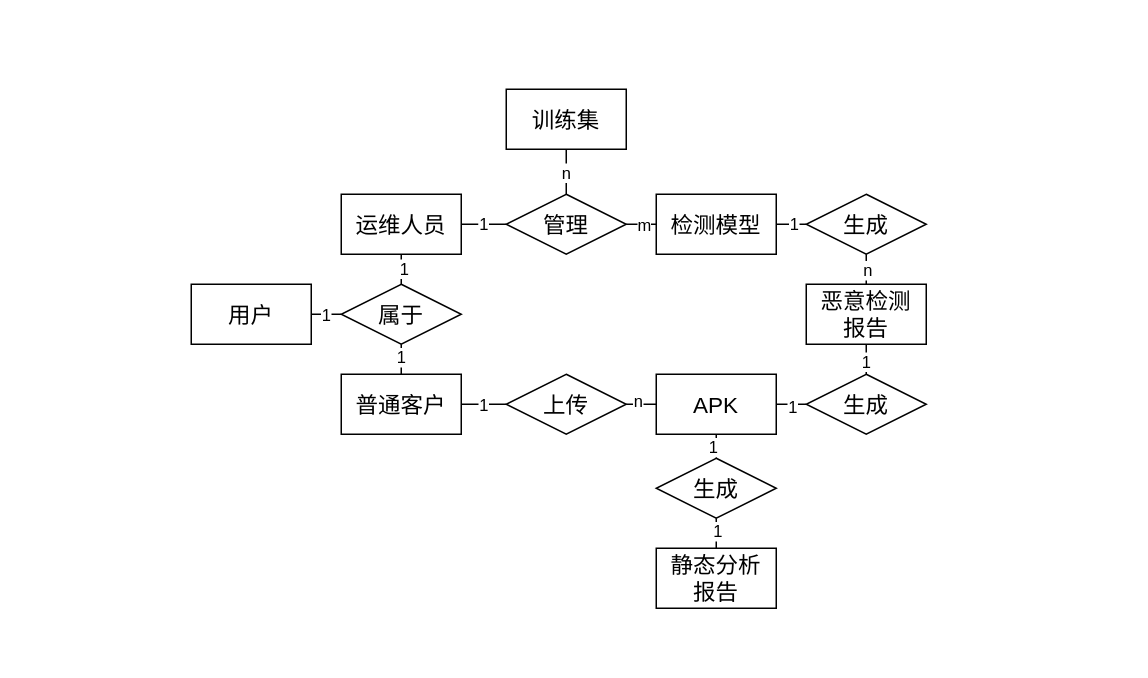
Above: 文件存储架构.drawio in sunray42/diagrams (draw.io), before the change. Source tidied: cells renumbered, new cells numbered last; positions are measured from the earlier drawing's top-left corner, leaving out a move shared by most shapes. Both pictures are drawn from the tidied source at 150%, with x=0, y=0 at pixel (190, 88).
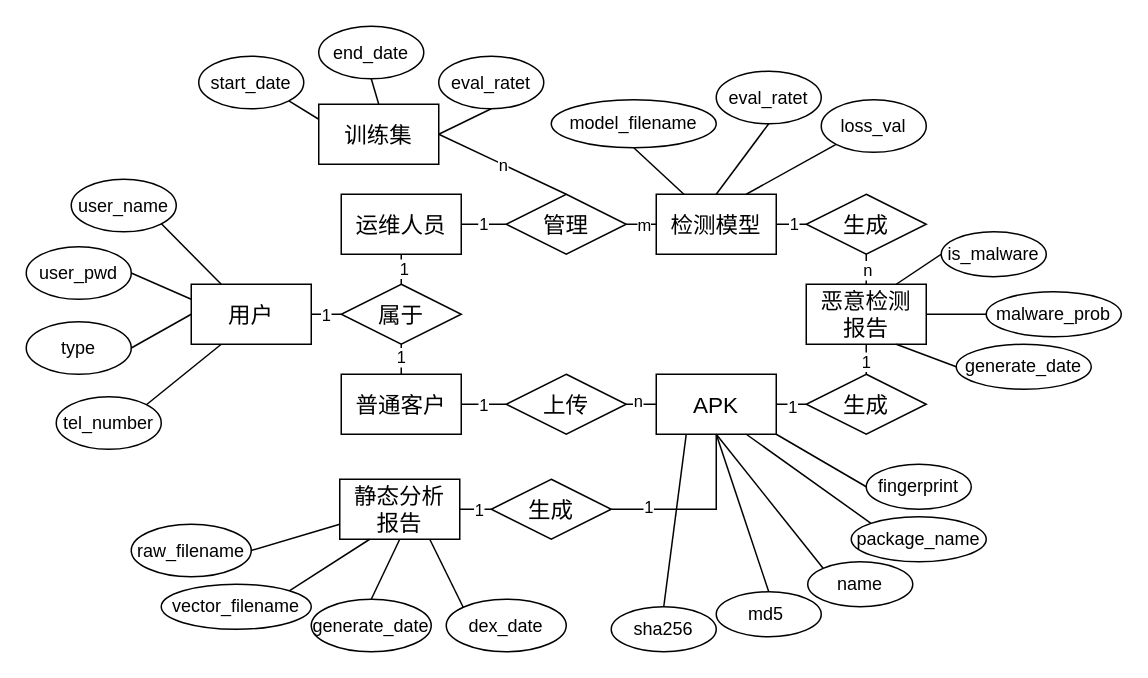
Above is the later version.

Commit message:
更新文件存储架构.drawio

The change refers to these unchanged cells:
```xml
<mxCell id="9" value="&lt;font style=&quot;font-size: 15px;&quot;&gt;APK&lt;/font&gt;" style="rounded=0;whiteSpace=wrap;html=1;" parent="1" vertex="1">
  <mxGeometry x="310" y="190" width="80" height="40" as="geometry" />
</mxCell>
<mxCell id="26" value="&lt;span style=&quot;font-size: 15px;&quot;&gt;检测模型&lt;/span&gt;" style="rounded=0;whiteSpace=wrap;html=1;" parent="1" vertex="1">
  <mxGeometry x="310" y="70" width="80" height="40" as="geometry" />
</mxCell>
<mxCell id="34" value="&lt;font style=&quot;font-size: 15px;&quot;&gt;管理&lt;/font&gt;" style="rhombus;whiteSpace=wrap;html=1;" parent="1" vertex="1">
  <mxGeometry x="210" y="70" width="80" height="40" as="geometry" />
</mxCell>
<mxCell id="37" value="&lt;font style=&quot;font-size: 15px;&quot;&gt;恶意检测&lt;/font&gt;&lt;div&gt;&lt;font style=&quot;font-size: 15px;&quot;&gt;报告&lt;/font&gt;&lt;/div&gt;" style="rounded=0;whiteSpace=wrap;html=1;" parent="1" vertex="1">
  <mxGeometry x="410" y="130" width="80" height="40" as="geometry" />
</mxCell>
<mxCell id="40" value="&lt;span style=&quot;font-size: 15px;&quot;&gt;用户&lt;/span&gt;" style="rounded=0;whiteSpace=wrap;html=1;" parent="1" vertex="1">
  <mxGeometry y="130" width="80" height="40" as="geometry" />
</mxCell>
```

What changed in the source:
```diff
@@
-    <mxCell id="5" style="edgeStyle=orthogonalEdgeStyle;rounded=0;jettySize=auto;html=1;exitX=0.5;exitY=1;exitDx=0;exitDy=0;entryX=0.5;entryY=0;entryDx=0;entryDy=0;endArrow=none;endFill=0;" parent="1" edge="1" source="9" target="16">
+    <mxCell id="5" style="edgeStyle=orthogonalEdgeStyle;rounded=0;jettySize=auto;html=1;exitX=0.5;exitY=1;exitDx=0;exitDy=0;entryX=1;entryY=0.5;entryDx=0;entryDy=0;endArrow=none;endFill=0;" parent="1" edge="1" source="9" target="16">
       <mxGeometry relative="1" as="geometry" />
     </mxCell>
     <mxCell id="6" value="1" style="edgeLabel;html=1;align=center;verticalAlign=middle;" parent="5" vertex="1">
-      <mxGeometry x="-0.04" y="-3" relative="1" as="geometry" />
+      <mxGeometry x="0.6" y="-2" relative="1" as="geometry" />
     </mxCell>
@@
     <mxCell id="13" value="&lt;font style=&quot;font-size: 15px;&quot;&gt;静态分析&lt;/font&gt;&lt;div&gt;&lt;font style=&quot;font-size: 15px;&quot;&gt;报告&lt;/font&gt;&lt;/div&gt;" style="rounded=0;whiteSpace=wrap;html=1;" parent="1" vertex="1">
-      <mxGeometry x="310" y="306" width="80" height="40" as="geometry" />
+      <mxGeometry x="99" y="260" width="80" height="40" as="geometry" />
     </mxCell>
-    <mxCell id="14" style="edgeStyle=orthogonalEdgeStyle;rounded=0;jettySize=auto;html=1;exitX=0.5;exitY=1;exitDx=0;exitDy=0;entryX=0.5;entryY=0;entryDx=0;entryDy=0;endArrow=none;endFill=0;" parent="1" edge="1" source="16" target="13">
+    <mxCell id="14" style="edgeStyle=orthogonalEdgeStyle;rounded=0;jettySize=auto;html=1;exitX=0;exitY=0.5;exitDx=0;exitDy=0;entryX=1;entryY=0.5;entryDx=0;entryDy=0;endArrow=none;endFill=0;" parent="1" edge="1" source="16" target="13">
       <mxGeometry relative="1" as="geometry" />
     </mxCell>
@@
     <mxCell id="16" value="&lt;font style=&quot;font-size: 15px;&quot;&gt;生成&lt;/font&gt;" style="rhombus;whiteSpace=wrap;html=1;" parent="1" vertex="1">
-      <mxGeometry x="310" y="246" width="80" height="40" as="geometry" />
+      <mxGeometry x="200" y="260" width="80" height="40" as="geometry" />
     </mxCell>
@@
     <mxCell id="23" value="&lt;span style=&quot;font-size: 15px;&quot;&gt;训练集&lt;/span&gt;" style="rounded=0;whiteSpace=wrap;html=1;" parent="1" vertex="1">
-      <mxGeometry x="210" width="80" height="40" as="geometry" />
+      <mxGeometry x="85" y="10" width="80" height="40" as="geometry" />
     </mxCell>
@@
-    <mxCell id="32" style="rounded=0;jettySize=auto;html=1;exitX=0.5;exitY=0;exitDx=0;exitDy=0;entryX=0.5;entryY=1;entryDx=0;entryDy=0;endArrow=none;endFill=0;" parent="1" edge="1" source="34" target="23">
+    <mxCell id="32" style="rounded=0;jettySize=auto;html=1;exitX=0.5;exitY=0;exitDx=0;exitDy=0;entryX=1;entryY=0.5;entryDx=0;entryDy=0;endArrow=none;endFill=0;" parent="1" edge="1" source="34" target="23">
       <mxGeometry relative="1" as="geometry" />
     </mxCell>
@@
+    <mxCell id="45" style="edgeStyle=none;rounded=0;jettySize=auto;html=1;exitX=0;exitY=0.25;exitDx=0;exitDy=0;entryX=1;entryY=0.5;entryDx=0;entryDy=0;endArrow=none;endFill=0;" parent="1" edge="1" source="40" target="48">
+      <mxGeometry relative="1" as="geometry" />
+    </mxCell>
@@
+    <mxCell id="46" style="edgeStyle=none;rounded=0;jettySize=auto;html=1;exitX=1;exitY=1;exitDx=0;exitDy=0;entryX=0.25;entryY=0;entryDx=0;entryDy=0;endArrow=none;endFill=0;" parent="1" edge="1" source="47" target="40">
+      <mxGeometry relative="1" as="geometry" />
+    </mxCell>
+    <mxCell id="47" value="user_name" style="ellipse;whiteSpace=wrap;html=1;" parent="1" vertex="1">
+      <mxGeometry x="-80" y="60" width="70" height="35" as="geometry" />
+    </mxCell>
+    <mxCell id="48" value="user_pwd" style="ellipse;whiteSpace=wrap;html=1;" parent="1" vertex="1">
+      <mxGeometry x="-110" y="105" width="70" height="35" as="geometry" />
+    </mxCell>
+    <mxCell id="49" style="edgeStyle=none;rounded=0;jettySize=auto;html=1;exitX=1;exitY=0.5;exitDx=0;exitDy=0;entryX=0;entryY=0.5;entryDx=0;entryDy=0;endArrow=none;endFill=0;" parent="1" edge="1" source="50" target="40">
+      <mxGeometry relative="1" as="geometry" />
+    </mxCell>
+    <mxCell id="50" value="type" style="ellipse;whiteSpace=wrap;html=1;" parent="1" vertex="1">
+      <mxGeometry x="-110" y="155" width="70" height="35" as="geometry" />
+    </mxCell>
+    <mxCell id="51" style="edgeStyle=none;rounded=0;jettySize=auto;html=1;exitX=1;exitY=0;exitDx=0;exitDy=0;entryX=0.25;entryY=1;entryDx=0;entryDy=0;endArrow=none;endFill=0;" parent="1" edge="1" source="52" target="40">
+      <mxGeometry relative="1" as="geometry" />
+    </mxCell>
+    <mxCell id="52" value="tel_number" style="ellipse;whiteSpace=wrap;html=1;" parent="1" vertex="1">
+      <mxGeometry x="-90" y="205" width="70" height="35" as="geometry" />
+    </mxCell>
+    <mxCell id="53" style="edgeStyle=none;rounded=0;jettySize=auto;html=1;exitX=1;exitY=0.5;exitDx=0;exitDy=0;entryX=0;entryY=0.75;entryDx=0;entryDy=0;endArrow=none;endFill=0;" parent="1" edge="1" source="54" target="13">
+      <mxGeometry relative="1" as="geometry" />
+    </mxCell>
+    <mxCell id="54" value="raw_filename" style="ellipse;whiteSpace=wrap;html=1;" parent="1" vertex="1">
+      <mxGeometry x="-40" y="290" width="80" height="35" as="geometry" />
+    </mxCell>
+    <mxCell id="55" style="edgeStyle=none;rounded=0;jettySize=auto;html=1;exitX=1;exitY=0;exitDx=0;exitDy=0;entryX=0.25;entryY=1;entryDx=0;entryDy=0;endArrow=none;endFill=0;" parent="1" edge="1" source="56" target="13">
+      <mxGeometry relative="1" as="geometry" />
+    </mxCell>
+    <mxCell id="56" value="vector_filename" style="ellipse;whiteSpace=wrap;html=1;" parent="1" vertex="1">
+      <mxGeometry x="-20" y="330" width="100" height="30" as="geometry" />
+    </mxCell>
+    <mxCell id="57" style="edgeStyle=none;rounded=0;jettySize=auto;html=1;exitX=0.5;exitY=0;exitDx=0;exitDy=0;entryX=0.5;entryY=1;entryDx=0;entryDy=0;endArrow=none;endFill=0;" parent="1" edge="1" source="58" target="13">
+      <mxGeometry relative="1" as="geometry" />
+    </mxCell>
+    <mxCell id="58" value="generate_date" style="ellipse;whiteSpace=wrap;html=1;" parent="1" vertex="1">
+      <mxGeometry x="80" y="340" width="80" height="35" as="geometry" />
+    </mxCell>
+    <mxCell id="59" style="edgeStyle=none;rounded=0;jettySize=auto;html=1;exitX=0;exitY=0;exitDx=0;exitDy=0;entryX=0.75;entryY=1;entryDx=0;entryDy=0;endArrow=none;endFill=0;" parent="1" edge="1" source="60" target="13">
+      <mxGeometry relative="1" as="geometry" />
+    </mxCell>
+    <mxCell id="60" value="dex_date" style="ellipse;whiteSpace=wrap;html=1;" parent="1" vertex="1">
+      <mxGeometry x="170" y="340" width="80" height="35" as="geometry" />
+    </mxCell>
+    <mxCell id="61" style="edgeStyle=none;rounded=0;jettySize=auto;html=1;exitX=0.5;exitY=0;exitDx=0;exitDy=0;entryX=0.25;entryY=1;entryDx=0;entryDy=0;endArrow=none;endFill=0;" parent="1" edge="1" source="62" target="9">
+      <mxGeometry relative="1" as="geometry" />
+    </mxCell>
+    <mxCell id="62" value="sha256" style="ellipse;whiteSpace=wrap;html=1;" parent="1" vertex="1">
+      <mxGeometry x="280" y="345" width="70" height="30" as="geometry" />
+    </mxCell>
+    <mxCell id="63" style="edgeStyle=none;rounded=0;jettySize=auto;html=1;exitX=0.5;exitY=0;exitDx=0;exitDy=0;entryX=0.5;entryY=1;entryDx=0;entryDy=0;endArrow=none;endFill=0;" parent="1" edge="1" source="64" target="9">
+      <mxGeometry relative="1" as="geometry" />
+    </mxCell>
+    <mxCell id="64" value="md5&lt;span style=&quot;white-space: pre;&quot;&gt;&#9;&lt;/span&gt;" style="ellipse;whiteSpace=wrap;html=1;" parent="1" vertex="1">
+      <mxGeometry x="350" y="335" width="70" height="30" as="geometry" />
+    </mxCell>
+    <mxCell id="65" style="edgeStyle=none;rounded=0;jettySize=auto;html=1;exitX=0;exitY=0;exitDx=0;exitDy=0;endArrow=none;endFill=0;" parent="1" edge="1" source="66">
+      <mxGeometry relative="1" as="geometry">
+        <mxPoint x="350" y="230" as="targetPoint" />
+      </mxGeometry>
+    </mxCell>
+    <mxCell id="66" value="name" style="ellipse;whiteSpace=wrap;html=1;" parent="1" vertex="1">
+      <mxGeometry x="411" y="315" width="70" height="30" as="geometry" />
+    </mxCell>
+    <mxCell id="67" style="edgeStyle=none;rounded=0;jettySize=auto;html=1;exitX=0;exitY=0;exitDx=0;exitDy=0;entryX=0.75;entryY=1;entryDx=0;entryDy=0;endArrow=none;endFill=0;" parent="1" edge="1" source="68" target="9">
+      <mxGeometry relative="1" as="geometry" />
+    </mxCell>
+    <mxCell id="68" value="package_name" style="ellipse;whiteSpace=wrap;html=1;" parent="1" vertex="1">
+      <mxGeometry x="440" y="285" width="90" height="30" as="geometry" />
+    </mxCell>
+    <mxCell id="69" style="edgeStyle=none;rounded=0;jettySize=auto;html=1;exitX=0;exitY=0.5;exitDx=0;exitDy=0;entryX=1;entryY=1;entryDx=0;entryDy=0;endArrow=none;endFill=0;" parent="1" edge="1" source="70" target="9">
+      <mxGeometry relative="1" as="geometry" />
+    </mxCell>
+    <mxCell id="70" value="fingerprint" style="ellipse;whiteSpace=wrap;html=1;" parent="1" vertex="1">
+      <mxGeometry x="450" y="250" width="70" height="30" as="geometry" />
+    </mxCell>
+    <mxCell id="71" style="edgeStyle=none;rounded=0;jettySize=auto;html=1;exitX=0;exitY=0.5;exitDx=0;exitDy=0;entryX=0.75;entryY=0;entryDx=0;entryDy=0;endArrow=none;endFill=0;" parent="1" edge="1" source="72" target="37">
+      <mxGeometry relative="1" as="geometry" />
+    </mxCell>
+    <mxCell id="72" value="is_malware" style="ellipse;whiteSpace=wrap;html=1;" parent="1" vertex="1">
+      <mxGeometry x="500" y="95" width="70" height="30" as="geometry" />
+    </mxCell>
+    <mxCell id="73" style="edgeStyle=none;rounded=0;jettySize=auto;html=1;exitX=0;exitY=0.5;exitDx=0;exitDy=0;entryX=1;entryY=0.5;entryDx=0;entryDy=0;endArrow=none;endFill=0;" parent="1" edge="1" source="74" target="37">
+      <mxGeometry relative="1" as="geometry" />
+    </mxCell>
+    <mxCell id="74" value="malware_prob" style="ellipse;whiteSpace=wrap;html=1;" parent="1" vertex="1">
+      <mxGeometry x="530" y="135" width="90" height="30" as="geometry" />
+    </mxCell>
+    <mxCell id="75" style="edgeStyle=none;rounded=0;jettySize=auto;html=1;exitX=0;exitY=0.5;exitDx=0;exitDy=0;entryX=0.75;entryY=1;entryDx=0;entryDy=0;endArrow=none;endFill=0;" parent="1" edge="1" source="76" target="37">
+      <mxGeometry relative="1" as="geometry" />
+    </mxCell>
+    <mxCell id="76" value="generate_date" style="ellipse;whiteSpace=wrap;html=1;" parent="1" vertex="1">
+      <mxGeometry x="510" y="170" width="90" height="30" as="geometry" />
+    </mxCell>
+    <mxCell id="77" style="edgeStyle=none;rounded=0;jettySize=auto;html=1;exitX=1;exitY=1;exitDx=0;exitDy=0;entryX=0;entryY=0.25;entryDx=0;entryDy=0;endArrow=none;endFill=0;" parent="1" edge="1" source="78" target="23">
+      <mxGeometry relative="1" as="geometry" />
+    </mxCell>
+    <mxCell id="78" value="start_date" style="ellipse;whiteSpace=wrap;html=1;" parent="1" vertex="1">
+      <mxGeometry x="5" y="-22" width="70" height="35" as="geometry" />
+    </mxCell>
+    <mxCell id="79" style="edgeStyle=none;rounded=0;jettySize=auto;html=1;exitX=0.5;exitY=1;exitDx=0;exitDy=0;entryX=0.5;entryY=0;entryDx=0;entryDy=0;endArrow=none;endFill=0;" parent="1" edge="1" source="80" target="23">
+      <mxGeometry relative="1" as="geometry" />
+    </mxCell>
+    <mxCell id="80" value="end_date" style="ellipse;whiteSpace=wrap;html=1;" parent="1" vertex="1">
+      <mxGeometry x="85" y="-42" width="70" height="35" as="geometry" />
+    </mxCell>
+    <mxCell id="81" style="edgeStyle=none;rounded=0;jettySize=auto;html=1;exitX=0.5;exitY=1;exitDx=0;exitDy=0;entryX=1;entryY=0.5;entryDx=0;entryDy=0;endArrow=none;endFill=0;" parent="1" edge="1" source="82" target="23">
+      <mxGeometry relative="1" as="geometry" />
+    </mxCell>
+    <mxCell id="82" value="eval_ratet" style="ellipse;whiteSpace=wrap;html=1;" parent="1" vertex="1">
+      <mxGeometry x="165" y="-22" width="70" height="35" as="geometry" />
+    </mxCell>
+    <mxCell id="83" style="edgeStyle=none;rounded=0;jettySize=auto;html=1;exitX=0.5;exitY=1;exitDx=0;exitDy=0;endArrow=none;endFill=0;" parent="1" edge="1" source="84" target="26">
+      <mxGeometry relative="1" as="geometry" />
+    </mxCell>
+    <mxCell id="84" value="model_filename" style="ellipse;whiteSpace=wrap;html=1;" parent="1" vertex="1">
+      <mxGeometry x="240" y="7" width="110" height="32" as="geometry" />
+    </mxCell>
+    <mxCell id="85" style="edgeStyle=none;rounded=0;jettySize=auto;html=1;exitX=0.5;exitY=1;exitDx=0;exitDy=0;entryX=0.5;entryY=0;entryDx=0;entryDy=0;endArrow=none;endFill=0;" parent="1" edge="1" source="86" target="26">
+      <mxGeometry relative="1" as="geometry" />
+    </mxCell>
+    <mxCell id="86" value="eval_ratet" style="ellipse;whiteSpace=wrap;html=1;" parent="1" vertex="1">
+      <mxGeometry x="350" y="-12" width="70" height="35" as="geometry" />
+    </mxCell>
+    <mxCell id="87" style="edgeStyle=none;rounded=0;orthogonalLoop=1;jettySize=auto;html=1;exitX=0.5;exitY=0;exitDx=0;exitDy=0;" parent="1" edge="1" source="23" target="23">
+      <mxGeometry relative="1" as="geometry" />
+    </mxCell>
+    <mxCell id="88" style="edgeStyle=none;rounded=0;jettySize=auto;html=1;exitX=0;exitY=1;exitDx=0;exitDy=0;entryX=0.75;entryY=0;entryDx=0;entryDy=0;endArrow=none;endFill=0;" parent="1" edge="1" source="89" target="26">
+      <mxGeometry relative="1" as="geometry" />
+    </mxCell>
+    <mxCell id="89" value="loss_val" style="ellipse;whiteSpace=wrap;html=1;" parent="1" vertex="1">
+      <mxGeometry x="420" y="7" width="70" height="35" as="geometry" />
+    </mxCell>
```
